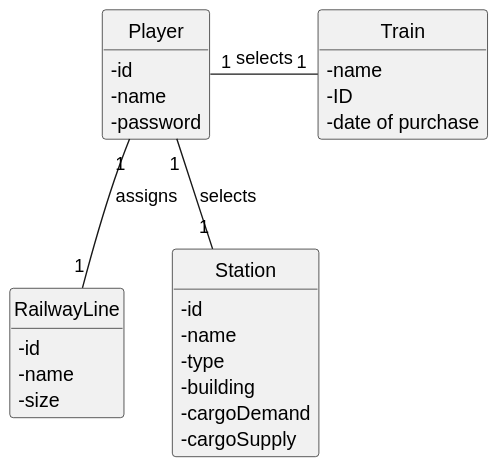
Above: docs/sprint1/us010/02.analysis/svg/us010-domain-model.svg in ivasduarte/all-aboard (PlantUML), before the change.
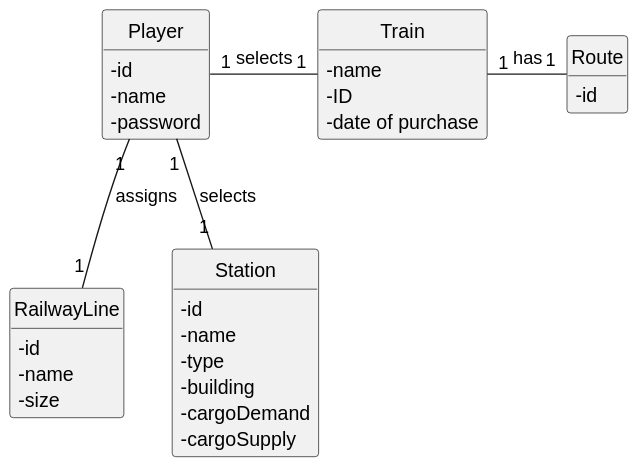
Later version of the same file.

Commit message:
US010(docs): Updated domain model

Change to the diagram source:
```diff
@@ -37,8 +37,13 @@
     - password
 }
 
+class Route{
+    - id
+}
+
 Player "1" - "1" Train : selects
 Player "1" -- "1" Station : selects
 
 Player "1" -- "1" RailwayLine : assigns
+Train "1" - "1" Route : has
 @enduml
```
